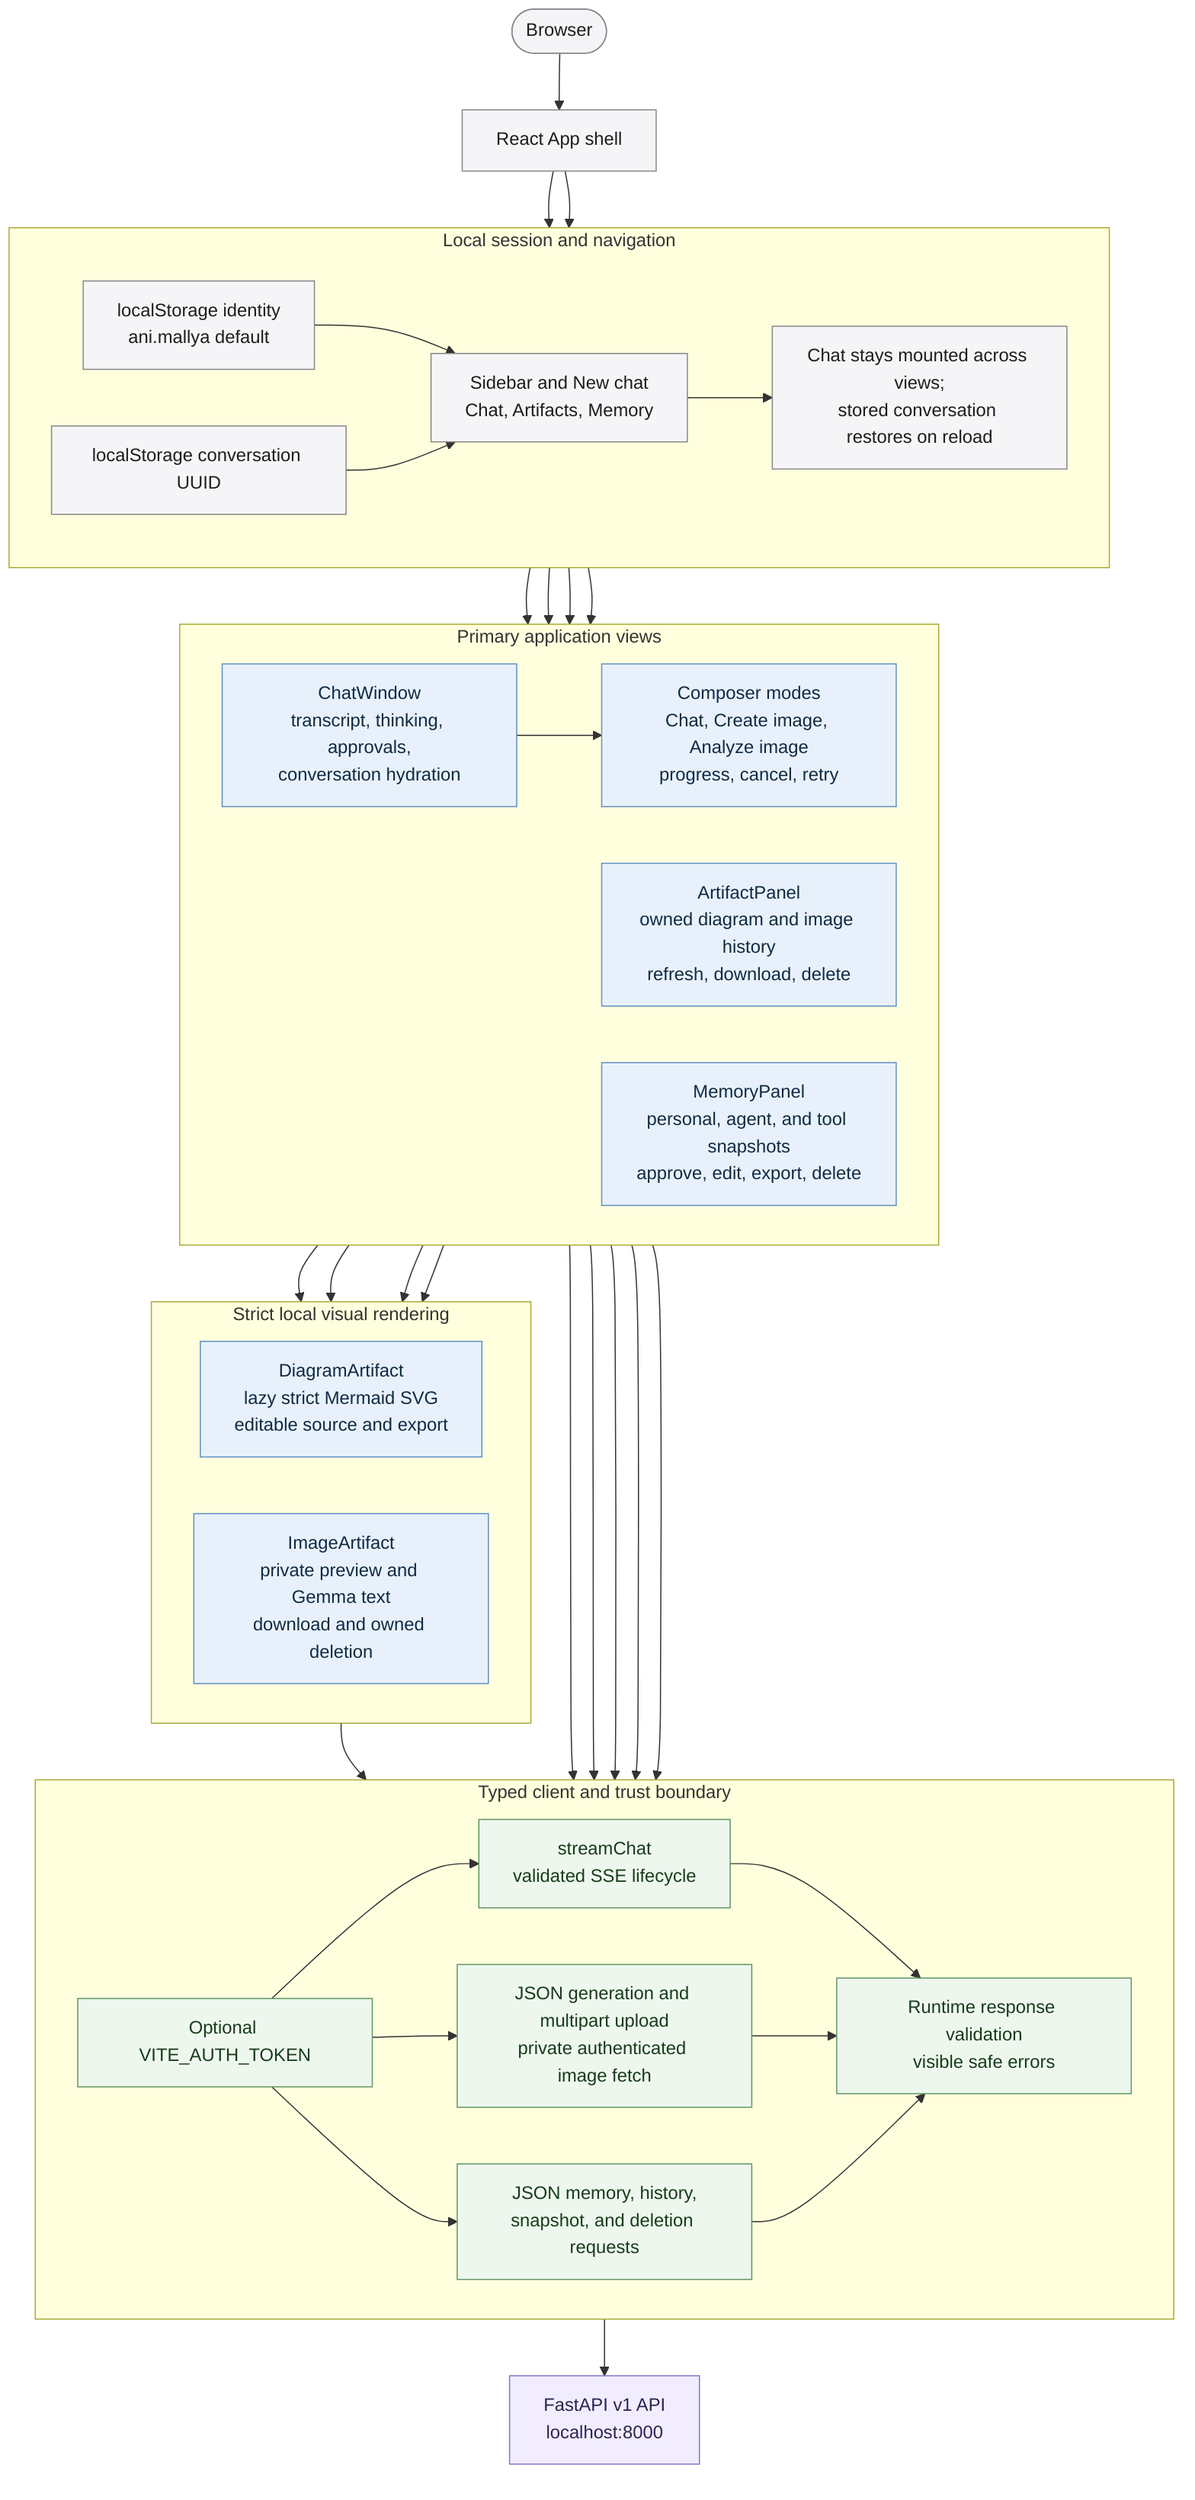
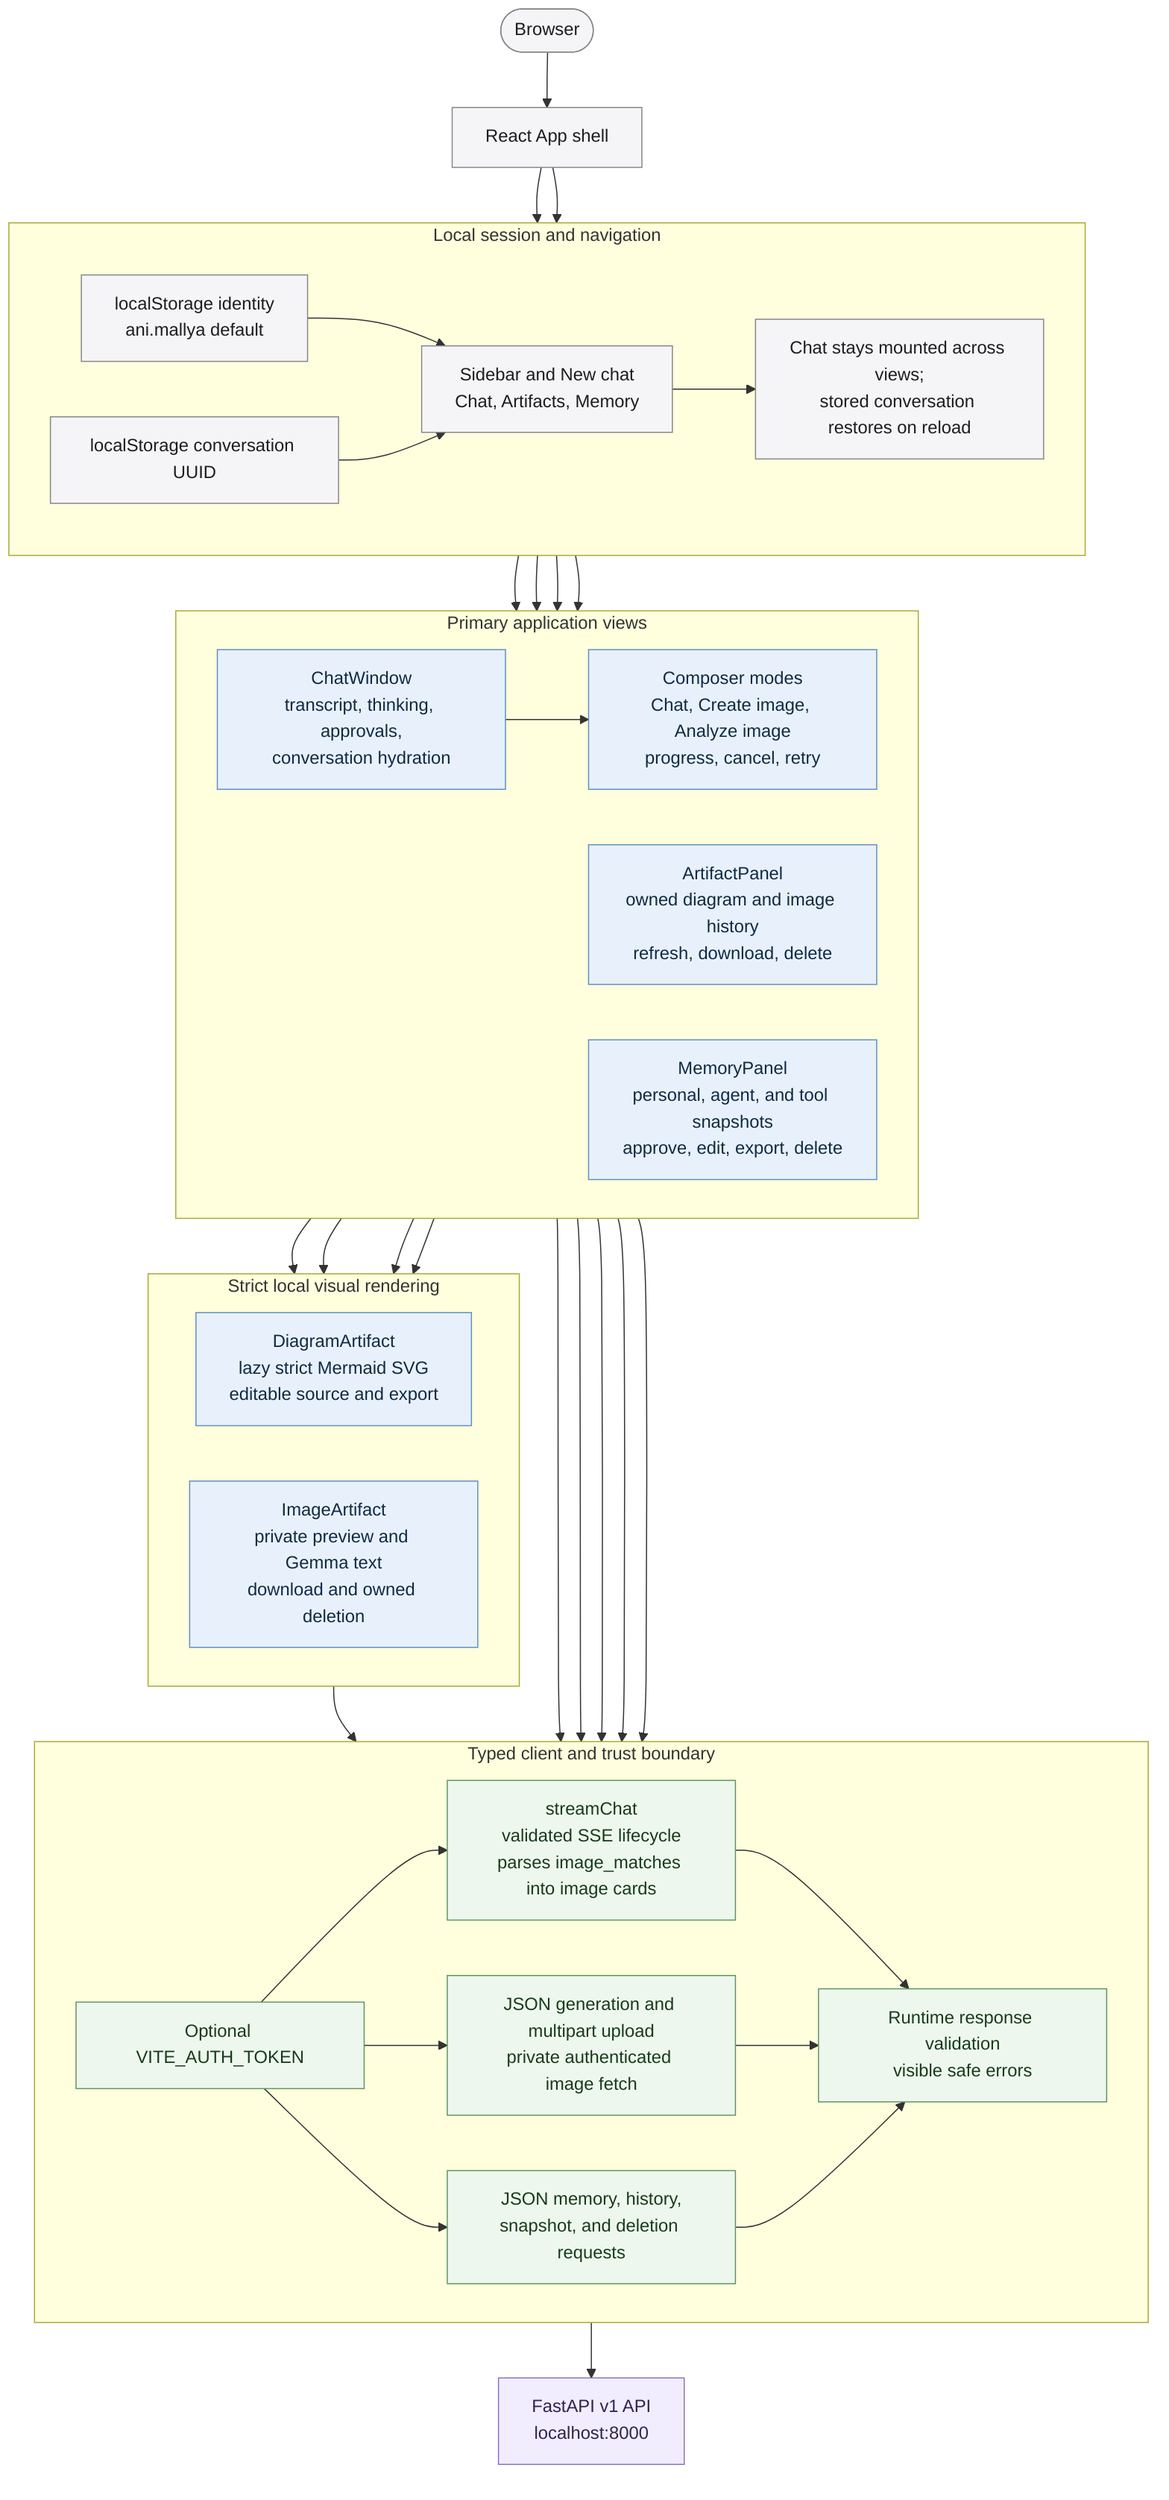
flowchart TB
    Browser([Browser]) --> App[React App shell]

    subgraph Session[Local session and navigation]
        direction LR
        Identity[localStorage identity<br/>ani.mallya default]
        ConversationID[localStorage conversation UUID]
        Navigation[Sidebar and New chat<br/>Chat, Artifacts, Memory]
        Persistence[Chat stays mounted across views;<br/>stored conversation restores on reload]

        Identity --> Navigation
        ConversationID --> Navigation --> Persistence
    end

    App --> Identity
    App --> ConversationID

    subgraph Views[Primary application views]
        direction LR
        ChatView[ChatWindow<br/>transcript, thinking, approvals,<br/>conversation hydration]
        Composer[Composer modes<br/>Chat, Create image, Analyze image<br/>progress, cancel, retry]
        ArtifactView[ArtifactPanel<br/>owned diagram and image history<br/>refresh, download, delete]
        MemoryView[MemoryPanel<br/>personal, agent, and tool snapshots<br/>approve, edit, export, delete]

        ChatView --> Composer
    end

    Navigation --> ChatView
    Navigation --> ArtifactView
    Navigation --> MemoryView
    Persistence --> ChatView

    subgraph Visuals[Strict local visual rendering]
        direction LR
        DiagramCard[DiagramArtifact<br/>lazy strict Mermaid SVG<br/>editable source and export]
        ImageCard[ImageArtifact<br/>private preview and Gemma text<br/>download and owned deletion]
    end

    ChatView --> DiagramCard
    ChatView --> ImageCard
    ArtifactView --> DiagramCard
    ArtifactView --> ImageCard

    subgraph Client[Typed client and trust boundary]
        direction LR
-         ChatClient[streamChat<br/>validated SSE lifecycle]
+         ChatClient[streamChat<br/>validated SSE lifecycle<br/>parses image_matches into image cards]
        VisualClient[JSON generation and multipart upload<br/>private authenticated image fetch]
        DataClient[JSON memory, history,<br/>snapshot, and deletion requests]
        Validation[Runtime response validation<br/>visible safe errors]
        Auth[Optional VITE_AUTH_TOKEN]

        ChatClient --> Validation
        VisualClient --> Validation
        DataClient --> Validation
        Auth --> ChatClient
        Auth --> VisualClient
        Auth --> DataClient
    end

    Composer --> ChatClient
    Composer --> VisualClient
    ImageCard --> VisualClient
    ChatView --> DataClient
    ArtifactView --> DataClient
    MemoryView --> DataClient

    Backend[FastAPI v1 API<br/>localhost:8000]
    Validation --> Backend

    classDef shell fill:#f5f5f7,stroke:#86868b,color:#1d1d1f;
    classDef component fill:#e8f1fb,stroke:#5e8fc4,color:#102a43;
    classDef boundary fill:#eef7ee,stroke:#5f9562,color:#183b1b;
    classDef external fill:#f1edff,stroke:#8872c6,color:#2e2450;
    class Browser,App,Identity,ConversationID,Navigation,Persistence shell;
    class ChatView,Composer,ArtifactView,MemoryView,DiagramCard,ImageCard component;
    class ChatClient,VisualClient,DataClient,Validation,Auth boundary;
    class Backend external;
